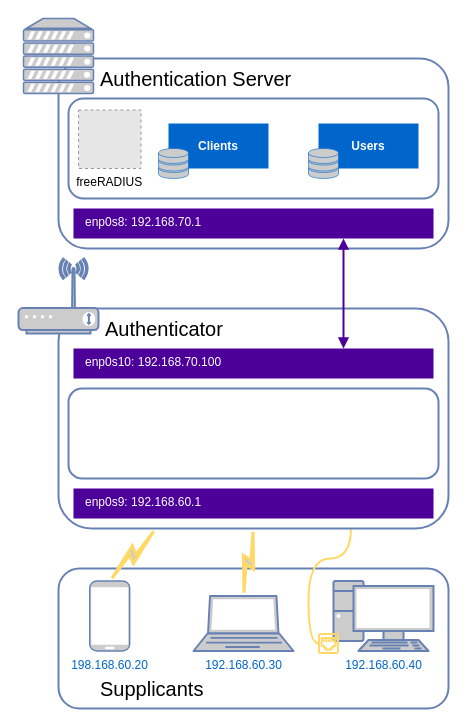
Before: page "EAP" (2 of 2) of docs/5G Emulated Network/topology.drawio in davidjosearaujo/dissertation, a draw.io diagram. Source tidied: cells renumbered, new cells numbered last; positions are measured from the earlier drawing's top-left corner, leaving out a move shared by most shapes. Both pictures are drawn from the tidied source at 100%, with x=0, y=0 at pixel (18, 18). Pictures stored in the file or linked from it are replaced by grey dashed boxes.
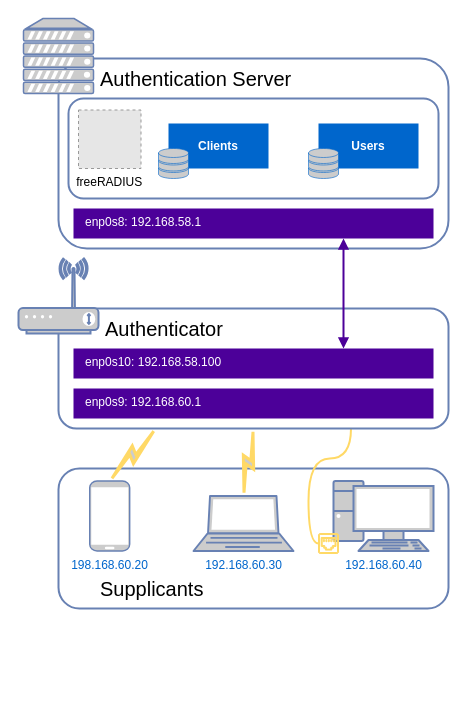
Above is the later version.

Diff of the diagram source:
```diff
@@
     <mxCell id="2" style="rounded=1;whiteSpace=wrap;html=1;strokeColor=#6881B3;strokeWidth=2;" parent="1" vertex="1">
-      <mxGeometry x="40" y="550" width="390" height="140" as="geometry" />
+      <mxGeometry x="40" y="450" width="390" height="140" as="geometry" />
     </mxCell>
     <mxCell id="3" style="edgeStyle=orthogonalEdgeStyle;rounded=0;jettySize=auto;html=1;exitX=0.75;exitY=1;exitDx=0;exitDy=0;curved=1;endArrow=none;startFill=0;strokeWidth=2;strokeColor=#FFD966;" parent="1" edge="1" source="4" target="12">
       <mxGeometry relative="1" as="geometry">
         <Array as="points">
-          <mxPoint x="332" y="540" />
-          <mxPoint x="290" y="540" />
-          <mxPoint x="290" y="625" />
+          <mxPoint x="333" y="440" />
+          <mxPoint x="290" y="440" />
+          <mxPoint x="290" y="525" />
         </Array>
       </mxGeometry>
     </mxCell>
     <mxCell id="4" style="rounded=1;whiteSpace=wrap;html=1;strokeColor=#6881B3;strokeWidth=2;" parent="1" vertex="1">
-      <mxGeometry x="40" y="290" width="390" height="220" as="geometry" />
+      <mxGeometry x="40" y="290" width="390" height="120" as="geometry" />
     </mxCell>
-    <mxCell id="5" style="rounded=1;whiteSpace=wrap;html=1;strokeColor=#6881B3;strokeWidth=2;fillColor=none;" parent="1" vertex="1">
-      <mxGeometry x="50" y="370" width="370" height="90" as="geometry" />
-    </mxCell>
@@
     <mxCell id="7" value="enp0s9:&amp;nbsp;&lt;span style=&quot;background-color: transparent; color: light-dark(rgb(255, 255, 255), rgb(18, 18, 18));&quot;&gt;192.168.60.1&lt;/span&gt;" style="rounded=0;whiteSpace=wrap;html=1;strokeColor=none;fillColor=#4C0099;fontColor=#FFFFFF;verticalAlign=top;align=left;spacingLeft=10;" parent="1" vertex="1">
-      <mxGeometry x="55" y="470" width="360" height="30" as="geometry" />
+      <mxGeometry x="55" y="370" width="360" height="30" as="geometry" />
     </mxCell>
@@
     <mxCell id="9" value="192.168.60.30" style="fontColor=#0066CC;verticalAlign=top;verticalLabelPosition=bottom;labelPosition=center;align=center;html=1;outlineConnect=0;fillColor=#CCCCCC;strokeColor=#6881B3;gradientColor=none;gradientDirection=north;strokeWidth=2;shape=mxgraph.networks.laptop;" parent="1" vertex="1">
-      <mxGeometry x="175" y="577.5" width="100" height="55" as="geometry" />
+      <mxGeometry x="175" y="477.5" width="100" height="55" as="geometry" />
     </mxCell>
     <mxCell id="10" value="198.168.60.20" style="fontColor=#0066CC;verticalAlign=top;verticalLabelPosition=bottom;labelPosition=center;align=center;html=1;outlineConnect=0;fillColor=#CCCCCC;strokeColor=#6881B3;gradientColor=none;gradientDirection=north;strokeWidth=2;shape=mxgraph.networks.mobile;" parent="1" vertex="1">
-      <mxGeometry x="71.2" y="562.5" width="40" height="70" as="geometry" />
+      <mxGeometry x="71.2" y="462.5" width="40" height="70" as="geometry" />
     </mxCell>
     <mxCell id="11" value="192.168.60.40" style="fontColor=#0066CC;verticalAlign=top;verticalLabelPosition=bottom;labelPosition=center;align=center;html=1;fillColor=#CCCCCC;strokeColor=#6881B3;gradientColor=none;gradientDirection=north;strokeWidth=2;shape=mxgraph.networks.pc;" parent="1" vertex="1">
-      <mxGeometry x="315" y="562.5" width="100" height="70" as="geometry" />
+      <mxGeometry x="315" y="462.5" width="100" height="70" as="geometry" />
     </mxCell>
     <mxCell id="12" style="sketch=0;shadow=0;dashed=0;html=1;strokeColor=#FFD966;fillColor=#FFD966;labelPosition=center;verticalLabelPosition=bottom;verticalAlign=top;align=center;outlineConnect=0;shape=mxgraph.vvd.ethernet_port;fontStyle=0;" parent="1" vertex="1">
-      <mxGeometry x="300" y="615" width="20" height="20" as="geometry" />
+      <mxGeometry x="300" y="515" width="20" height="20" as="geometry" />
     </mxCell>
@@
-    <mxCell id="23" value="enp0s10:&amp;nbsp;&lt;span style=&quot;background-color: transparent; color: light-dark(rgb(255, 255, 255), rgb(18, 18, 18));&quot;&gt;192.168.70.100&lt;/span&gt;" style="rounded=0;whiteSpace=wrap;html=1;strokeColor=none;fillColor=#4C0099;fontColor=#FFFFFF;verticalAlign=top;align=left;spacingLeft=10;" parent="1" vertex="1">
+    <mxCell id="23" value="enp0s10:&amp;nbsp;&lt;span style=&quot;background-color: transparent; color: light-dark(rgb(255, 255, 255), rgb(18, 18, 18));&quot;&gt;192.168.58.100&lt;/span&gt;" style="rounded=0;whiteSpace=wrap;html=1;strokeColor=none;fillColor=#4C0099;fontColor=#FFFFFF;verticalAlign=top;align=left;spacingLeft=10;" parent="1" vertex="1">
       <mxGeometry x="55" y="330" width="360" height="30" as="geometry" />
     </mxCell>
-    <mxCell id="24" value="enp0s8:&amp;nbsp;&lt;span style=&quot;background-color: transparent; color: light-dark(rgb(255, 255, 255), rgb(18, 18, 18));&quot;&gt;192.168.70.1&lt;/span&gt;" style="rounded=0;whiteSpace=wrap;html=1;strokeColor=none;fillColor=#4C0099;fontColor=#FFFFFF;verticalAlign=top;align=left;spacingLeft=10;" parent="1" vertex="1">
+    <mxCell id="24" value="enp0s8:&amp;nbsp;&lt;span style=&quot;background-color: transparent; color: light-dark(rgb(255, 255, 255), rgb(18, 18, 18));&quot;&gt;192.168.58&lt;/span&gt;&lt;span style=&quot;background-color: transparent; color: light-dark(rgb(255, 255, 255), rgb(18, 18, 18));&quot;&gt;.1&lt;/span&gt;" style="rounded=0;whiteSpace=wrap;html=1;strokeColor=none;fillColor=#4C0099;fontColor=#FFFFFF;verticalAlign=top;align=left;spacingLeft=10;" parent="1" vertex="1">
       <mxGeometry x="55" y="190" width="360" height="30" as="geometry" />
     </mxCell>
@@
     <mxCell id="27" value="Supplicants" style="text;html=1;align=left;verticalAlign=middle;whiteSpace=wrap;rounded=0;fontSize=20;" parent="1" vertex="1">
-      <mxGeometry x="80" y="650" width="140" height="40" as="geometry" />
+      <mxGeometry x="80" y="550" width="140" height="40" as="geometry" />
     </mxCell>
```
